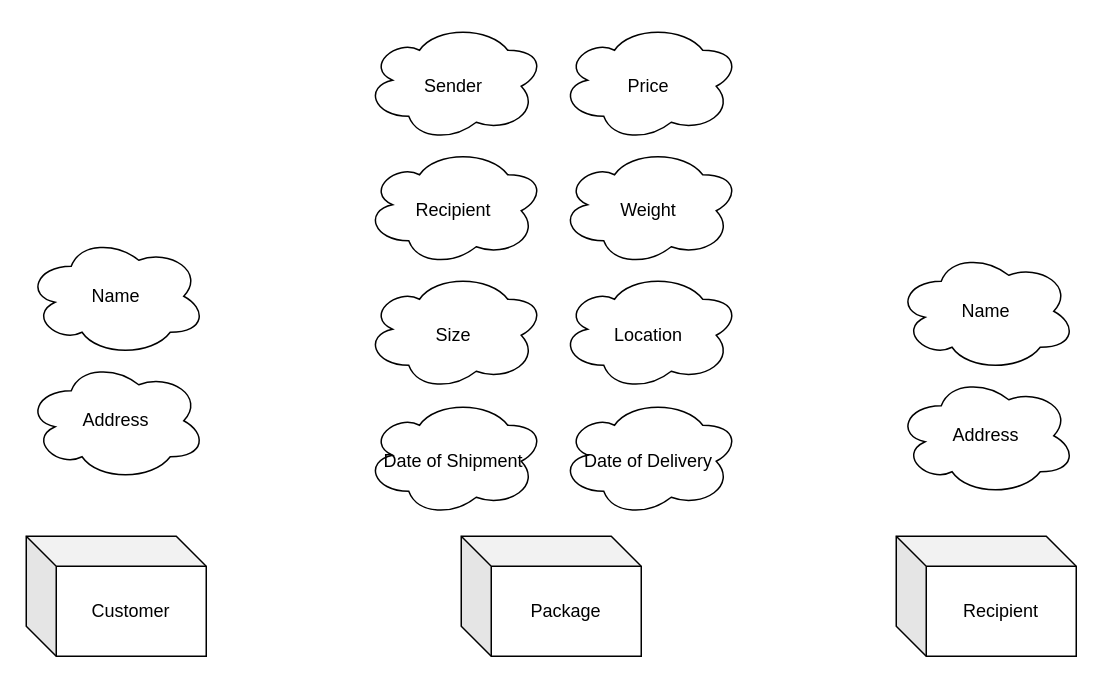
20180912/CFLMS-Mark-CodeReview-09 keeps this draw.io diagram as page "Step-1" (1 of 5) of MailDeliveryServices.drawio. Above is the earlier version. Source tidied: cells renumbered, new cells numbered last; positions are measured from the earlier drawing's top-left corner, leaving out a move shared by most shapes. Both pictures are drawn from the tidied source at 150%, with x=0, y=0 at pixel (26, 26).
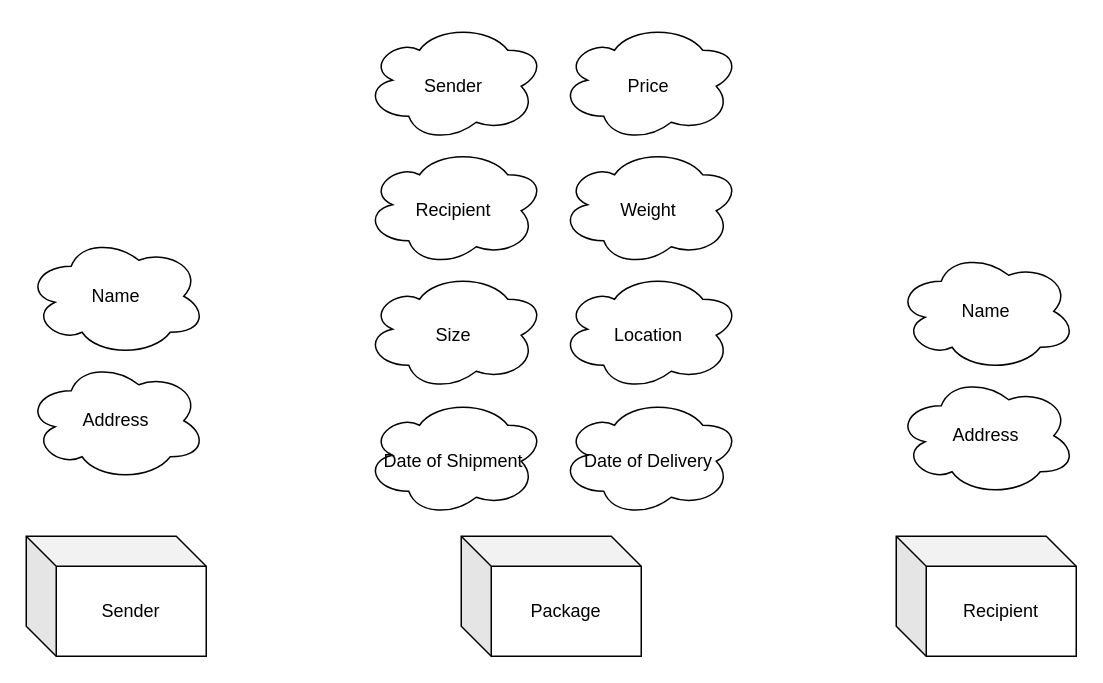
Above is the later version.

Commit message (it also covers changes not shown here):
Joined Sender and Recipient

Diff of the diagram source:
```diff
@@
 <mxGraphModel>
   <root>
     <mxCell id="0" />
     <mxCell id="1" parent="0" />
     <mxCell id="2" value="Package" style="shape=cube;whiteSpace=wrap;html=1;boundedLbl=1;backgroundOutline=1;darkOpacity=0.05;darkOpacity2=0.1;" parent="1" vertex="1">
       <mxGeometry x="290" y="340" width="120" height="80" as="geometry" />
     </mxCell>
     <mxCell id="3" value="Sender" style="ellipse;shape=cloud;whiteSpace=wrap;html=1;flipV=1;" parent="1" vertex="1">
       <mxGeometry x="225" width="120" height="80" as="geometry" />
     </mxCell>
     <mxCell id="4" value="Recipient" style="ellipse;shape=cloud;whiteSpace=wrap;html=1;flipV=1;" parent="1" vertex="1">
       <mxGeometry x="225" y="83" width="120" height="80" as="geometry" />
     </mxCell>
     <mxCell id="5" value="Size" style="ellipse;shape=cloud;whiteSpace=wrap;html=1;flipV=1;" parent="1" vertex="1">
       <mxGeometry x="225" y="166" width="120" height="80" as="geometry" />
     </mxCell>
-    <mxCell id="6" value="Customer" style="shape=cube;whiteSpace=wrap;html=1;boundedLbl=1;backgroundOutline=1;darkOpacity=0.05;darkOpacity2=0.1;" parent="1" vertex="1">
+    <mxCell id="6" value="Sender" style="shape=cube;whiteSpace=wrap;html=1;boundedLbl=1;backgroundOutline=1;darkOpacity=0.05;darkOpacity2=0.1;" parent="1" vertex="1">
       <mxGeometry y="340" width="120" height="80" as="geometry" />
     </mxCell>
     <mxCell id="7" value="Name" style="ellipse;shape=cloud;whiteSpace=wrap;html=1;" parent="1" vertex="1">
       <mxGeometry y="140" width="120" height="80" as="geometry" />
     </mxCell>
     <mxCell id="8" value="Address" style="ellipse;shape=cloud;whiteSpace=wrap;html=1;" parent="1" vertex="1">
       <mxGeometry y="223" width="120" height="80" as="geometry" />
     </mxCell>
     <mxCell id="9" value="Recipient" style="shape=cube;whiteSpace=wrap;html=1;boundedLbl=1;backgroundOutline=1;darkOpacity=0.05;darkOpacity2=0.1;" parent="1" vertex="1">
       <mxGeometry x="580" y="340" width="120" height="80" as="geometry" />
     </mxCell>
     <mxCell id="10" value="Name" style="ellipse;shape=cloud;whiteSpace=wrap;html=1;" parent="1" vertex="1">
       <mxGeometry x="580" y="150" width="120" height="80" as="geometry" />
     </mxCell>
     <mxCell id="11" value="Address" style="ellipse;shape=cloud;whiteSpace=wrap;html=1;" parent="1" vertex="1">
       <mxGeometry x="580" y="233" width="120" height="80" as="geometry" />
     </mxCell>
     <mxCell id="12" value="Price" style="ellipse;shape=cloud;whiteSpace=wrap;html=1;flipV=1;" parent="1" vertex="1">
       <mxGeometry x="355" width="120" height="80" as="geometry" />
     </mxCell>
     <mxCell id="13" value="Weight" style="ellipse;shape=cloud;whiteSpace=wrap;html=1;flipV=1;" parent="1" vertex="1">
       <mxGeometry x="355" y="83" width="120" height="80" as="geometry" />
     </mxCell>
     <mxCell id="14" value="Location" style="ellipse;shape=cloud;whiteSpace=wrap;html=1;flipV=1;" parent="1" vertex="1">
       <mxGeometry x="355" y="166" width="120" height="80" as="geometry" />
     </mxCell>
     <mxCell id="15" value="Date of Shipment" style="ellipse;shape=cloud;whiteSpace=wrap;html=1;flipV=1;" parent="1" vertex="1">
       <mxGeometry x="225" y="250" width="120" height="80" as="geometry" />
     </mxCell>
     <mxCell id="16" value="Date of Delivery" style="ellipse;shape=cloud;whiteSpace=wrap;html=1;flipV=1;" parent="1" vertex="1">
       <mxGeometry x="355" y="250" width="120" height="80" as="geometry" />
     </mxCell>
   </root>
 </mxGraphModel>
```
